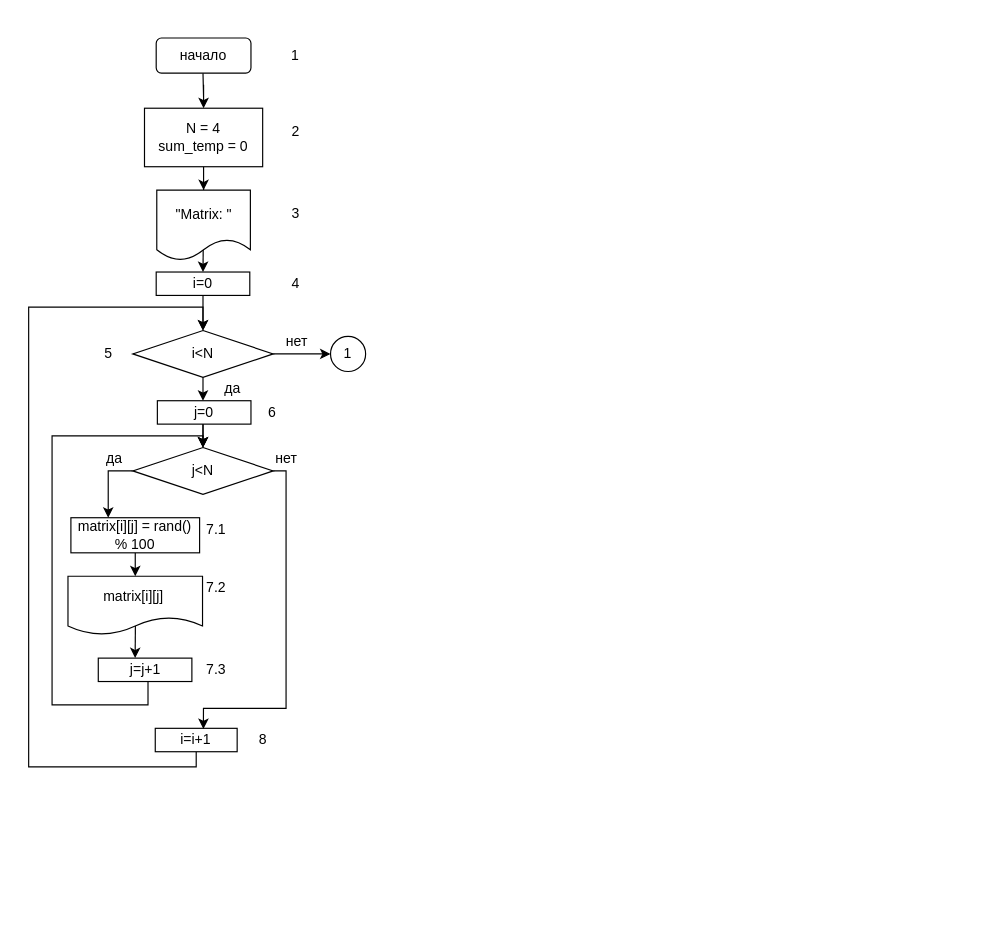
Before: 7/7.2.drawio in klep1koff/lifeishard, a draw.io diagram. Source tidied: cells renumbered, new cells numbered last; positions are measured from the earlier drawing's top-left corner, leaving out a move shared by most shapes. Both pictures are drawn from the tidied source at 117%, with x=0, y=0 at pixel (7, 37).
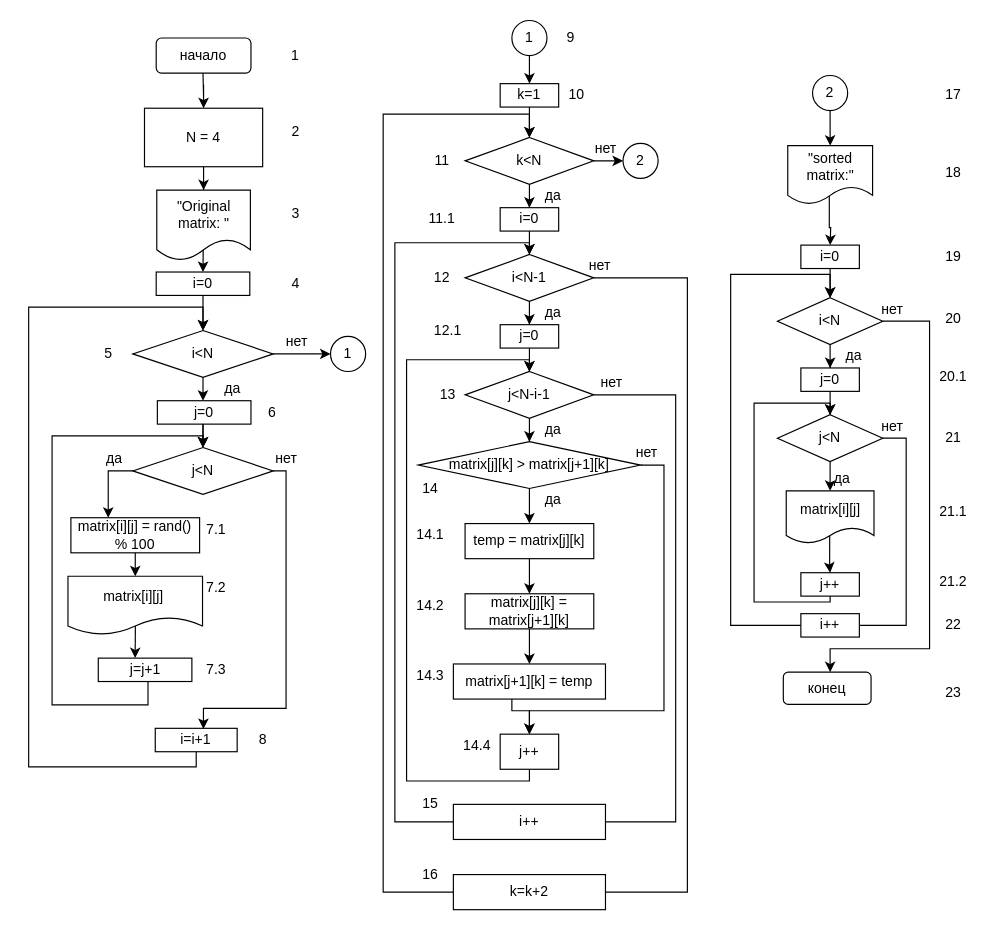
The same page after the edit.

What changed in the source:
```diff
@@
-    <mxCell id="12" value="&quot;Matrix: &quot;" style="shape=document;whiteSpace=wrap;html=1;boundedLbl=1;" parent="1" vertex="1">
+    <mxCell id="12" value="&quot;Original matrix: &quot;" style="shape=document;whiteSpace=wrap;html=1;boundedLbl=1;" parent="1" vertex="1">
       <mxGeometry x="127.5" y="130" width="80" height="60" as="geometry" />
     </mxCell>
@@
-    <mxCell id="14" value="N = 4&lt;br&gt;sum_temp = 0" style="whiteSpace=wrap;html=1;" parent="1" vertex="1">
+    <mxCell id="14" value="N = 4" style="whiteSpace=wrap;html=1;" parent="1" vertex="1">
       <mxGeometry x="117" y="60" width="101" height="50" as="geometry" />
     </mxCell>
@@
     <mxCell id="31" style="edgeStyle=orthogonalEdgeStyle;rounded=0;orthogonalLoop=1;jettySize=auto;html=1;entryX=0.5;entryY=0;entryDx=0;entryDy=0;" parent="1" edge="1">
       <mxGeometry relative="1" as="geometry">
-        <mxPoint x="131.5" y="833" as="targetPoint" />
+        <mxPoint x="181.5" y="848" as="targetPoint" />
         <Array as="points">
-          <mxPoint x="131.5" y="1070" />
-          <mxPoint x="-0.5" y="1070" />
-          <mxPoint x="-0.5" y="810" />
-          <mxPoint x="131.5" y="810" />
+          <mxPoint x="181.5" y="1085" />
+          <mxPoint x="49.5" y="1085" />
+          <mxPoint x="49.5" y="825" />
+          <mxPoint x="181.5" y="825" />
         </Array>
       </mxGeometry>
     </mxCell>
@@
+    <mxCell id="43" style="edgeStyle=orthogonalEdgeStyle;rounded=0;jettySize=auto;html=1;" parent="1" edge="1" source="44" target="50">
+      <mxGeometry relative="1" as="geometry" />
+    </mxCell>
+    <mxCell id="44" value="k=1" style="whiteSpace=wrap;html=1;direction=west;" parent="1" vertex="1">
+      <mxGeometry x="421" y="39" width="50" height="20" as="geometry" />
+    </mxCell>
+    <mxCell id="45" style="edgeStyle=orthogonalEdgeStyle;rounded=0;jettySize=auto;html=1;" parent="1" edge="1" source="46" target="44">
+      <mxGeometry relative="1" as="geometry" />
+    </mxCell>
+    <mxCell id="46" value="1" style="ellipse;whiteSpace=wrap;html=1;" parent="1" vertex="1">
+      <mxGeometry x="431" y="-15" width="30" height="30" as="geometry" />
+    </mxCell>
+    <mxCell id="47" style="edgeStyle=orthogonalEdgeStyle;rounded=0;jettySize=auto;html=1;entryX=0.5;entryY=1;entryDx=0;entryDy=0;" parent="1" edge="1" source="50" target="52">
+      <mxGeometry relative="1" as="geometry" />
+    </mxCell>
+    <mxCell id="48" style="edgeStyle=orthogonalEdgeStyle;rounded=0;jettySize=auto;html=1;startArrow=none;" parent="1" edge="1" source="73">
+      <mxGeometry relative="1" as="geometry">
+        <mxPoint x="446" y="85" as="targetPoint" />
+        <Array as="points">
+          <mxPoint x="321" y="730" />
+          <mxPoint x="321" y="65" />
+          <mxPoint x="446" y="65" />
+        </Array>
+      </mxGeometry>
+    </mxCell>
+    <mxCell id="49" style="edgeStyle=orthogonalEdgeStyle;rounded=0;jettySize=auto;html=1;" parent="1" edge="1" source="50">
+      <mxGeometry relative="1" as="geometry">
+        <mxPoint x="526" y="105" as="targetPoint" />
+      </mxGeometry>
+    </mxCell>
+    <mxCell id="50" value="k&amp;lt;N" style="rhombus;whiteSpace=wrap;html=1;" parent="1" vertex="1">
+      <mxGeometry x="391" y="85" width="110" height="40" as="geometry" />
+    </mxCell>
+    <mxCell id="51" style="edgeStyle=orthogonalEdgeStyle;rounded=0;jettySize=auto;html=1;entryX=0.5;entryY=0;entryDx=0;entryDy=0;" parent="1" edge="1" source="52" target="55">
+      <mxGeometry relative="1" as="geometry" />
+    </mxCell>
+    <mxCell id="52" value="i=0" style="whiteSpace=wrap;html=1;direction=west;" parent="1" vertex="1">
+      <mxGeometry x="421" y="145" width="50" height="20" as="geometry" />
+    </mxCell>
+    <mxCell id="53" style="edgeStyle=orthogonalEdgeStyle;rounded=0;jettySize=auto;html=1;" parent="1" edge="1" source="55" target="57">
+      <mxGeometry relative="1" as="geometry" />
+    </mxCell>
+    <mxCell id="54" style="edgeStyle=orthogonalEdgeStyle;rounded=0;jettySize=auto;html=1;startArrow=none;" parent="1" edge="1" source="71">
+      <mxGeometry relative="1" as="geometry">
+        <mxPoint x="446" y="185" as="targetPoint" />
+        <Array as="points">
+          <mxPoint x="331" y="670" />
+          <mxPoint x="331" y="175" />
+          <mxPoint x="446" y="175" />
+        </Array>
+      </mxGeometry>
+    </mxCell>
+    <mxCell id="55" value="i&amp;lt;N-1" style="rhombus;whiteSpace=wrap;html=1;" parent="1" vertex="1">
+      <mxGeometry x="391" y="185" width="110" height="40" as="geometry" />
+    </mxCell>
+    <mxCell id="56" style="edgeStyle=orthogonalEdgeStyle;rounded=0;jettySize=auto;html=1;" parent="1" edge="1" source="57" target="59">
+      <mxGeometry relative="1" as="geometry" />
+    </mxCell>
+    <mxCell id="57" value="j=0" style="whiteSpace=wrap;html=1;" parent="1" vertex="1">
+      <mxGeometry x="421" y="245" width="50" height="20" as="geometry" />
+    </mxCell>
+    <mxCell id="58" style="edgeStyle=orthogonalEdgeStyle;rounded=0;jettySize=auto;html=1;" parent="1" edge="1" source="59" target="62">
+      <mxGeometry relative="1" as="geometry" />
+    </mxCell>
+    <mxCell id="59" value="j&amp;lt;N-i-1" style="rhombus;whiteSpace=wrap;html=1;" parent="1" vertex="1">
+      <mxGeometry x="391" y="285" width="110" height="40" as="geometry" />
+    </mxCell>
+    <mxCell id="60" style="edgeStyle=orthogonalEdgeStyle;rounded=0;jettySize=auto;html=1;" parent="1" edge="1" source="62" target="64">
+      <mxGeometry relative="1" as="geometry" />
+    </mxCell>
+    <mxCell id="61" style="edgeStyle=orthogonalEdgeStyle;rounded=0;jettySize=auto;html=1;entryX=0.5;entryY=0;entryDx=0;entryDy=0;" parent="1" edge="1" source="62" target="70">
+      <mxGeometry relative="1" as="geometry">
+        <Array as="points">
+          <mxPoint x="561" y="365" />
+          <mxPoint x="561" y="575" />
+          <mxPoint x="446" y="575" />
+        </Array>
+      </mxGeometry>
+    </mxCell>
+    <mxCell id="62" value="matrix[j][k] &amp;gt; matrix[j+1][k]" style="rhombus;whiteSpace=wrap;html=1;" parent="1" vertex="1">
+      <mxGeometry x="351" y="345" width="190" height="40" as="geometry" />
+    </mxCell>
+    <mxCell id="63" style="edgeStyle=orthogonalEdgeStyle;rounded=0;jettySize=auto;html=1;" parent="1" edge="1" source="64" target="66">
+      <mxGeometry relative="1" as="geometry" />
+    </mxCell>
+    <mxCell id="64" value="temp = matrix[j][k]" style="whiteSpace=wrap;html=1;" parent="1" vertex="1">
+      <mxGeometry x="391" y="415" width="110" height="30" as="geometry" />
+    </mxCell>
+    <mxCell id="65" style="edgeStyle=orthogonalEdgeStyle;rounded=0;jettySize=auto;html=1;" parent="1" edge="1" source="66" target="69">
+      <mxGeometry relative="1" as="geometry" />
+    </mxCell>
+    <mxCell id="66" value="matrix[j][k] = matrix[j+1][k]" style="whiteSpace=wrap;html=1;" parent="1" vertex="1">
+      <mxGeometry x="391" y="475" width="110" height="30" as="geometry" />
+    </mxCell>
+    <mxCell id="67" style="edgeStyle=orthogonalEdgeStyle;rounded=0;jettySize=auto;html=1;entryX=0.5;entryY=0;entryDx=0;entryDy=0;" parent="1" edge="1" target="59">
+      <mxGeometry relative="1" as="geometry">
+        <mxPoint x="446" y="625" as="sourcePoint" />
+        <Array as="points">
+          <mxPoint x="446" y="635" />
+          <mxPoint x="341" y="635" />
+          <mxPoint x="341" y="275" />
+          <mxPoint x="446" y="275" />
+        </Array>
+      </mxGeometry>
+    </mxCell>
+    <mxCell id="68" style="edgeStyle=orthogonalEdgeStyle;rounded=0;jettySize=auto;html=1;" parent="1" edge="1" source="69" target="70">
+      <mxGeometry relative="1" as="geometry">
+        <Array as="points">
+          <mxPoint x="431" y="575" />
+          <mxPoint x="446" y="575" />
+        </Array>
+      </mxGeometry>
+    </mxCell>
+    <mxCell id="69" value="matrix[j+1][k] = temp" style="whiteSpace=wrap;html=1;" parent="1" vertex="1">
+      <mxGeometry x="381" y="535" width="130" height="30" as="geometry" />
+    </mxCell>
+    <mxCell id="70" value="j++" style="whiteSpace=wrap;html=1;" parent="1" vertex="1">
+      <mxGeometry x="421" y="595" width="50" height="30" as="geometry" />
+    </mxCell>
+    <mxCell id="71" value="i++" style="whiteSpace=wrap;html=1;" parent="1" vertex="1">
+      <mxGeometry x="381" y="655" width="130" height="30" as="geometry" />
+    </mxCell>
+    <mxCell id="72" style="edgeStyle=orthogonalEdgeStyle;rounded=0;jettySize=auto;html=1;endArrow=none;entryX=1;entryY=0.5;entryDx=0;entryDy=0;" parent="1" edge="1" target="71">
+      <mxGeometry relative="1" as="geometry">
+        <mxPoint x="501" y="305" as="sourcePoint" />
+        <Array as="points">
+          <mxPoint x="571" y="305" />
+          <mxPoint x="571" y="670" />
+        </Array>
+      </mxGeometry>
+    </mxCell>
+    <mxCell id="73" value="k=k+2" style="whiteSpace=wrap;html=1;" parent="1" vertex="1">
+      <mxGeometry x="381" y="715" width="130" height="30" as="geometry" />
+    </mxCell>
+    <mxCell id="74" style="edgeStyle=orthogonalEdgeStyle;rounded=0;jettySize=auto;html=1;endArrow=none;entryX=1;entryY=0.5;entryDx=0;entryDy=0;" parent="1" edge="1" target="73">
+      <mxGeometry relative="1" as="geometry">
+        <mxPoint x="501" y="205" as="sourcePoint" />
+        <Array as="points">
+          <mxPoint x="581" y="205" />
+          <mxPoint x="581" y="730" />
+        </Array>
+      </mxGeometry>
+    </mxCell>
+    <mxCell id="75" value="да" style="text;html=1;align=center;verticalAlign=middle;strokeColor=none;fillColor=none;" parent="1" vertex="1">
+      <mxGeometry x="451" y="125" width="30" height="20" as="geometry" />
+    </mxCell>
+    <mxCell id="76" value="да" style="text;html=1;align=center;verticalAlign=middle;strokeColor=none;fillColor=none;" parent="1" vertex="1">
+      <mxGeometry x="451" y="325" width="30" height="20" as="geometry" />
+    </mxCell>
+    <mxCell id="77" value="да" style="text;html=1;align=center;verticalAlign=middle;strokeColor=none;fillColor=none;" parent="1" vertex="1">
+      <mxGeometry x="451" y="225" width="30" height="20" as="geometry" />
+    </mxCell>
+    <mxCell id="78" value="да" style="text;html=1;align=center;verticalAlign=middle;strokeColor=none;fillColor=none;" parent="1" vertex="1">
+      <mxGeometry x="451" y="385" width="30" height="20" as="geometry" />
+    </mxCell>
+    <mxCell id="79" value="нет" style="text;html=1;align=center;verticalAlign=middle;strokeColor=none;fillColor=none;" parent="1" vertex="1">
+      <mxGeometry x="531" y="345" width="30" height="20" as="geometry" />
+    </mxCell>
+    <mxCell id="80" value="нет" style="text;html=1;align=center;verticalAlign=middle;strokeColor=none;fillColor=none;" parent="1" vertex="1">
+      <mxGeometry x="501" y="285" width="30" height="20" as="geometry" />
+    </mxCell>
+    <mxCell id="81" value="нет" style="text;html=1;align=center;verticalAlign=middle;strokeColor=none;fillColor=none;" parent="1" vertex="1">
+      <mxGeometry x="491" y="185" width="30" height="20" as="geometry" />
+    </mxCell>
+    <mxCell id="82" value="нет" style="text;html=1;align=center;verticalAlign=middle;strokeColor=none;fillColor=none;" parent="1" vertex="1">
+      <mxGeometry x="496" y="85" width="30" height="20" as="geometry" />
+    </mxCell>
+    <mxCell id="83" value="9" style="text;html=1;align=center;verticalAlign=middle;strokeColor=none;fillColor=none;" parent="1" vertex="1">
+      <mxGeometry x="471" y="-10" width="20" height="20" as="geometry" />
+    </mxCell>
+    <mxCell id="84" value="10" style="text;html=1;align=center;verticalAlign=middle;strokeColor=none;fillColor=none;" parent="1" vertex="1">
+      <mxGeometry x="471" y="39" width="30" height="20" as="geometry" />
+    </mxCell>
+    <mxCell id="85" value="11" style="text;html=1;align=center;verticalAlign=middle;strokeColor=none;fillColor=none;" parent="1" vertex="1">
+      <mxGeometry x="356" y="95" width="30" height="20" as="geometry" />
+    </mxCell>
+    <mxCell id="86" value="11.1" style="text;html=1;align=center;verticalAlign=middle;strokeColor=none;fillColor=none;" parent="1" vertex="1">
+      <mxGeometry x="351" y="145" width="40" height="20" as="geometry" />
+    </mxCell>
+    <mxCell id="87" value="12" style="text;html=1;align=center;verticalAlign=middle;strokeColor=none;fillColor=none;" parent="1" vertex="1">
+      <mxGeometry x="356" y="195" width="30" height="20" as="geometry" />
+    </mxCell>
+    <mxCell id="88" value="12.1" style="text;html=1;align=center;verticalAlign=middle;strokeColor=none;fillColor=none;" parent="1" vertex="1">
+      <mxGeometry x="356" y="240" width="40" height="20" as="geometry" />
+    </mxCell>
+    <mxCell id="89" value="13" style="text;html=1;align=center;verticalAlign=middle;strokeColor=none;fillColor=none;" parent="1" vertex="1">
+      <mxGeometry x="361" y="295" width="30" height="20" as="geometry" />
+    </mxCell>
+    <mxCell id="90" value="14" style="text;html=1;align=center;verticalAlign=middle;strokeColor=none;fillColor=none;" parent="1" vertex="1">
+      <mxGeometry x="346" y="375" width="30" height="20" as="geometry" />
+    </mxCell>
+    <mxCell id="91" value="14.1" style="text;html=1;align=center;verticalAlign=middle;strokeColor=none;fillColor=none;" parent="1" vertex="1">
+      <mxGeometry x="341" y="415" width="40" height="20" as="geometry" />
+    </mxCell>
+    <mxCell id="92" value="14.2" style="text;html=1;align=center;verticalAlign=middle;strokeColor=none;fillColor=none;" parent="1" vertex="1">
+      <mxGeometry x="341" y="475" width="40" height="20" as="geometry" />
+    </mxCell>
+    <mxCell id="93" value="14.3" style="text;html=1;align=center;verticalAlign=middle;strokeColor=none;fillColor=none;" parent="1" vertex="1">
+      <mxGeometry x="341" y="535" width="40" height="20" as="geometry" />
+    </mxCell>
+    <mxCell id="94" value="14.4" style="text;html=1;align=center;verticalAlign=middle;strokeColor=none;fillColor=none;" parent="1" vertex="1">
+      <mxGeometry x="381" y="595" width="40" height="20" as="geometry" />
+    </mxCell>
+    <mxCell id="95" value="15" style="text;html=1;align=center;verticalAlign=middle;strokeColor=none;fillColor=none;" parent="1" vertex="1">
+      <mxGeometry x="346" y="645" width="30" height="20" as="geometry" />
+    </mxCell>
+    <mxCell id="96" value="16" style="text;html=1;align=center;verticalAlign=middle;strokeColor=none;fillColor=none;" parent="1" vertex="1">
+      <mxGeometry x="346" y="705" width="30" height="20" as="geometry" />
+    </mxCell>
+    <mxCell id="97" value="2" style="ellipse;whiteSpace=wrap;html=1;" parent="1" vertex="1">
+      <mxGeometry x="526" y="90" width="30" height="30" as="geometry" />
+    </mxCell>
+    <mxCell id="98" style="edgeStyle=orthogonalEdgeStyle;rounded=0;jettySize=auto;html=1;entryX=0.5;entryY=0;entryDx=0;entryDy=0;" parent="1" edge="1" source="99" target="101">
+      <mxGeometry relative="1" as="geometry" />
+    </mxCell>
+    <mxCell id="99" value="2" style="ellipse;whiteSpace=wrap;html=1;" parent="1" vertex="1">
+      <mxGeometry x="688" y="32" width="30" height="30" as="geometry" />
+    </mxCell>
+    <mxCell id="100" style="edgeStyle=orthogonalEdgeStyle;rounded=0;jettySize=auto;html=1;exitX=0.49;exitY=0.843;exitDx=0;exitDy=0;exitPerimeter=0;" parent="1" edge="1" source="101">
+      <mxGeometry relative="1" as="geometry">
+        <mxPoint x="703" y="177" as="targetPoint" />
+      </mxGeometry>
+    </mxCell>
+    <mxCell id="101" value="&quot;sorted matrix:&quot;" style="shape=document;whiteSpace=wrap;html=1;boundedLbl=1;" parent="1" vertex="1">
+      <mxGeometry x="666.8" y="92" width="72.5" height="50" as="geometry" />
+    </mxCell>
+    <mxCell id="102" style="edgeStyle=orthogonalEdgeStyle;rounded=0;jettySize=auto;html=1;" parent="1" edge="1" source="103" target="106">
+      <mxGeometry relative="1" as="geometry" />
+    </mxCell>
+    <mxCell id="103" value="i=0" style="whiteSpace=wrap;html=1;direction=west;" parent="1" vertex="1">
+      <mxGeometry x="678" y="177" width="50" height="20" as="geometry" />
+    </mxCell>
+    <mxCell id="104" style="edgeStyle=orthogonalEdgeStyle;rounded=0;jettySize=auto;html=1;entryX=0.5;entryY=1;entryDx=0;entryDy=0;" parent="1" edge="1" source="106" target="108">
+      <mxGeometry relative="1" as="geometry" />
+    </mxCell>
+    <mxCell id="105" style="edgeStyle=orthogonalEdgeStyle;rounded=0;jettySize=auto;html=1;" parent="1" edge="1" source="106" target="122">
+      <mxGeometry relative="1" as="geometry">
+        <Array as="points">
+          <mxPoint x="788" y="242" />
+          <mxPoint x="788" y="522" />
+          <mxPoint x="703" y="522" />
+        </Array>
+      </mxGeometry>
+    </mxCell>
+    <mxCell id="106" value="i&amp;lt;N" style="rhombus;whiteSpace=wrap;html=1;" parent="1" vertex="1">
+      <mxGeometry x="658" y="222" width="90" height="40" as="geometry" />
+    </mxCell>
+    <mxCell id="107" style="edgeStyle=orthogonalEdgeStyle;rounded=0;jettySize=auto;html=1;" parent="1" edge="1" source="108" target="111">
+      <mxGeometry relative="1" as="geometry" />
+    </mxCell>
+    <mxCell id="108" value="j=0" style="whiteSpace=wrap;html=1;direction=west;" parent="1" vertex="1">
+      <mxGeometry x="678" y="282" width="50" height="20" as="geometry" />
+    </mxCell>
+    <mxCell id="109" style="edgeStyle=orthogonalEdgeStyle;rounded=0;jettySize=auto;html=1;" parent="1" edge="1" source="111" target="114">
+      <mxGeometry relative="1" as="geometry" />
+    </mxCell>
+    <mxCell id="110" style="edgeStyle=orthogonalEdgeStyle;rounded=0;jettySize=auto;html=1;entryX=0.5;entryY=0;entryDx=0;entryDy=0;startArrow=none;" parent="1" edge="1" source="120" target="106">
+      <mxGeometry relative="1" as="geometry">
+        <Array as="points">
+          <mxPoint x="618" y="502" />
+          <mxPoint x="618" y="202" />
+          <mxPoint x="703" y="202" />
+        </Array>
+      </mxGeometry>
+    </mxCell>
+    <mxCell id="111" value="j&amp;lt;N" style="rhombus;whiteSpace=wrap;html=1;" parent="1" vertex="1">
+      <mxGeometry x="658" y="322" width="90" height="40" as="geometry" />
+    </mxCell>
+    <mxCell id="112" style="edgeStyle=orthogonalEdgeStyle;rounded=0;jettySize=auto;html=1;entryX=0.5;entryY=0;entryDx=0;entryDy=0;exitX=0.5;exitY=1;exitDx=0;exitDy=0;" parent="1" edge="1" source="115" target="111">
+      <mxGeometry relative="1" as="geometry">
+        <Array as="points">
+          <mxPoint x="703" y="482" />
+          <mxPoint x="638" y="482" />
+          <mxPoint x="638" y="312" />
+          <mxPoint x="703" y="312" />
+        </Array>
+      </mxGeometry>
+    </mxCell>
+    <mxCell id="113" style="edgeStyle=orthogonalEdgeStyle;rounded=0;jettySize=auto;html=1;exitX=0.495;exitY=0.853;exitDx=0;exitDy=0;exitPerimeter=0;" parent="1" edge="1" source="114" target="115">
+      <mxGeometry relative="1" as="geometry" />
+    </mxCell>
+    <mxCell id="114" value="matrix[i][j]" style="shape=document;whiteSpace=wrap;html=1;boundedLbl=1;" parent="1" vertex="1">
+      <mxGeometry x="665.5" y="387" width="75" height="45" as="geometry" />
+    </mxCell>
+    <mxCell id="115" value="j++" style="whiteSpace=wrap;html=1;" parent="1" vertex="1">
+      <mxGeometry x="678" y="457" width="50" height="20" as="geometry" />
+    </mxCell>
+    <mxCell id="116" value="да" style="text;html=1;align=center;verticalAlign=middle;strokeColor=none;fillColor=none;" parent="1" vertex="1">
+      <mxGeometry x="708" y="262" width="30" height="20" as="geometry" />
+    </mxCell>
+    <mxCell id="117" value="да" style="text;html=1;align=center;verticalAlign=middle;strokeColor=none;fillColor=none;" parent="1" vertex="1">
+      <mxGeometry x="698" y="367" width="30" height="20" as="geometry" />
+    </mxCell>
+    <mxCell id="118" value="нет" style="text;html=1;align=center;verticalAlign=middle;strokeColor=none;fillColor=none;" parent="1" vertex="1">
+      <mxGeometry x="740.5" y="322" width="30" height="20" as="geometry" />
+    </mxCell>
+    <mxCell id="119" value="нет" style="text;html=1;align=center;verticalAlign=middle;strokeColor=none;fillColor=none;" parent="1" vertex="1">
+      <mxGeometry x="740.5" y="222" width="30" height="20" as="geometry" />
+    </mxCell>
+    <mxCell id="120" value="i++" style="whiteSpace=wrap;html=1;" parent="1" vertex="1">
+      <mxGeometry x="678" y="492" width="50" height="20" as="geometry" />
+    </mxCell>
+    <mxCell id="121" style="edgeStyle=orthogonalEdgeStyle;rounded=0;jettySize=auto;html=1;endArrow=none;" parent="1" edge="1" source="111">
+      <mxGeometry relative="1" as="geometry">
+        <mxPoint x="728" y="502" as="targetPoint" />
+        <Array as="points">
+          <mxPoint x="768" y="342" />
+          <mxPoint x="768" y="502" />
+        </Array>
+      </mxGeometry>
+    </mxCell>
+    <mxCell id="122" value="конец" style="rounded=1;whiteSpace=wrap;html=1;" parent="1" vertex="1">
+      <mxGeometry x="663" y="542" width="75" height="27.5" as="geometry" />
+    </mxCell>
+    <mxCell id="123" value="17" style="text;html=1;align=center;verticalAlign=middle;strokeColor=none;fillColor=none;" parent="1" vertex="1">
+      <mxGeometry x="793" y="39" width="30" height="20" as="geometry" />
+    </mxCell>
+    <mxCell id="124" value="18" style="text;html=1;align=center;verticalAlign=middle;strokeColor=none;fillColor=none;" parent="1" vertex="1">
+      <mxGeometry x="793" y="105" width="30" height="20" as="geometry" />
+    </mxCell>
+    <mxCell id="125" value="19" style="text;html=1;align=center;verticalAlign=middle;strokeColor=none;fillColor=none;" parent="1" vertex="1">
+      <mxGeometry x="793" y="177" width="30" height="20" as="geometry" />
+    </mxCell>
+    <mxCell id="126" value="20" style="text;html=1;align=center;verticalAlign=middle;strokeColor=none;fillColor=none;" parent="1" vertex="1">
+      <mxGeometry x="793" y="230" width="30" height="20" as="geometry" />
+    </mxCell>
+    <mxCell id="127" value="20.1" style="text;html=1;align=center;verticalAlign=middle;strokeColor=none;fillColor=none;" parent="1" vertex="1">
+      <mxGeometry x="788" y="280" width="40" height="20" as="geometry" />
+    </mxCell>
+    <mxCell id="128" value="21" style="text;html=1;align=center;verticalAlign=middle;strokeColor=none;fillColor=none;" parent="1" vertex="1">
+      <mxGeometry x="793" y="332" width="30" height="20" as="geometry" />
+    </mxCell>
+    <mxCell id="129" value="21.1" style="text;html=1;align=center;verticalAlign=middle;strokeColor=none;fillColor=none;" parent="1" vertex="1">
+      <mxGeometry x="788" y="395" width="40" height="20" as="geometry" />
+    </mxCell>
+    <mxCell id="130" value="21.2" style="text;html=1;align=center;verticalAlign=middle;strokeColor=none;fillColor=none;" parent="1" vertex="1">
+      <mxGeometry x="788" y="455" width="40" height="20" as="geometry" />
+    </mxCell>
+    <mxCell id="131" value="22" style="text;html=1;align=center;verticalAlign=middle;strokeColor=none;fillColor=none;" parent="1" vertex="1">
+      <mxGeometry x="793" y="492" width="30" height="20" as="geometry" />
+    </mxCell>
+    <mxCell id="132" value="23" style="text;html=1;align=center;verticalAlign=middle;strokeColor=none;fillColor=none;" parent="1" vertex="1">
+      <mxGeometry x="793" y="550" width="30" height="20" as="geometry" />
+    </mxCell>
```
